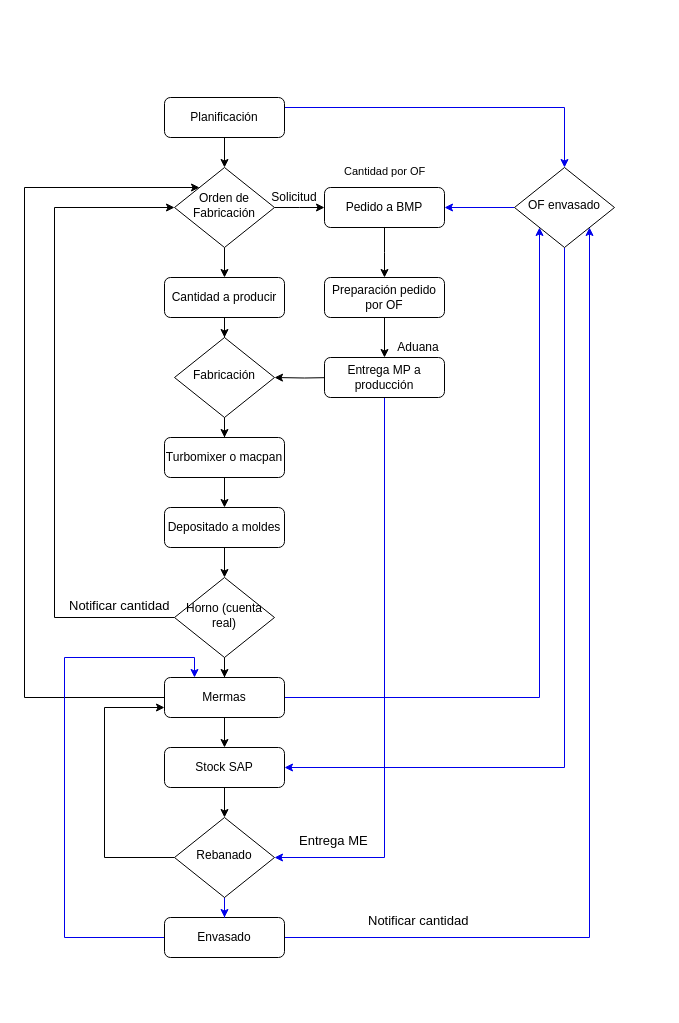
Above: Untitled Diagram.drawio in diegosaldiasq/Quinta (draw.io), before the change. Source tidied: cells renumbered, new cells numbered last; positions are measured from the earlier drawing's top-left corner, leaving out a move shared by most shapes. Both pictures are drawn from the tidied source at 100%, with x=0, y=0 at pixel (24, 97).
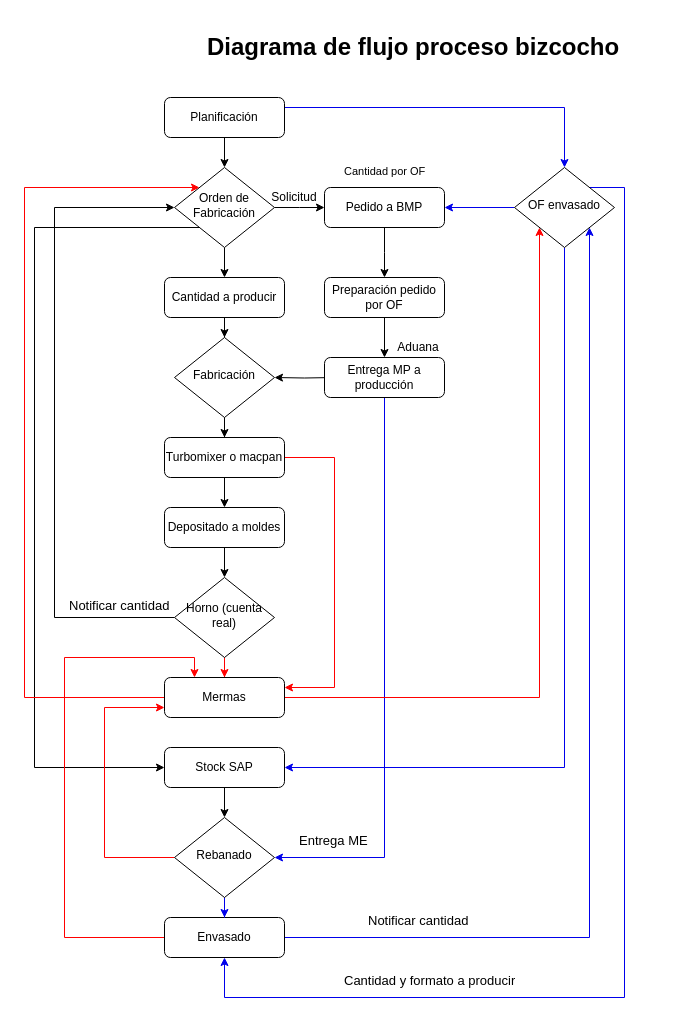
The same diagram, later.

Commit message:
Diagrama final bizcocho

Unchanged cells that the change refers to:
```xml
<mxCell id="7" value="Orden de Fabricación" style="rhombus;whiteSpace=wrap;html=1;shadow=0;fontFamily=Helvetica;fontSize=12;align=center;strokeWidth=1;spacing=6;spacingTop=-4;" parent="1" vertex="1">
  <mxGeometry x="150" y="70" width="100" height="80" as="geometry" />
</mxCell>
<mxCell id="15" value="Turbomixer o macpan" style="rounded=1;whiteSpace=wrap;html=1;fontSize=12;glass=0;strokeWidth=1;shadow=0;" parent="1" vertex="1">
  <mxGeometry x="140" y="340" width="120" height="40" as="geometry" />
</mxCell>
<mxCell id="28" value="Horno (cuenta real)" style="rhombus;whiteSpace=wrap;html=1;shadow=0;fontFamily=Helvetica;fontSize=12;align=center;strokeWidth=1;spacing=6;spacingTop=-4;" parent="1" vertex="1">
  <mxGeometry x="150" y="480" width="100" height="80" as="geometry" />
</mxCell>
<mxCell id="31" value="OF envasado" style="rhombus;whiteSpace=wrap;html=1;shadow=0;fontFamily=Helvetica;fontSize=12;align=center;strokeWidth=1;spacing=6;spacingTop=-4;" parent="1" vertex="1">
  <mxGeometry x="490" y="70" width="100" height="80" as="geometry" />
</mxCell>
<mxCell id="35" value="Mermas" style="rounded=1;whiteSpace=wrap;html=1;fontSize=12;glass=0;strokeWidth=1;shadow=0;" parent="1" vertex="1">
  <mxGeometry x="140" y="580" width="120" height="40" as="geometry" />
</mxCell>
<mxCell id="39" value="Stock SAP" style="rounded=1;whiteSpace=wrap;html=1;fontSize=12;glass=0;strokeWidth=1;shadow=0;" parent="1" vertex="1">
  <mxGeometry x="140" y="650" width="120" height="40" as="geometry" />
</mxCell>
<mxCell id="42" value="Envasado" style="rounded=1;whiteSpace=wrap;html=1;fontSize=12;glass=0;strokeWidth=1;shadow=0;" parent="1" vertex="1">
  <mxGeometry x="140" y="820" width="120" height="40" as="geometry" />
</mxCell>
<mxCell id="45" value="Rebanado" style="rhombus;whiteSpace=wrap;html=1;shadow=0;fontFamily=Helvetica;fontSize=12;align=center;strokeWidth=1;spacing=6;spacingTop=-4;" parent="1" vertex="1">
  <mxGeometry x="150" y="720" width="100" height="80" as="geometry" />
</mxCell>
```

Diff of the diagram source:
```diff
@@
+    <mxCell id="48" style="edgeStyle=orthogonalEdgeStyle;rounded=0;jettySize=auto;html=1;exitX=0;exitY=1;exitDx=0;exitDy=0;entryX=0;entryY=0.5;entryDx=0;entryDy=0;" parent="1" edge="1" source="7" target="39">
+      <mxGeometry relative="1" as="geometry">
+        <Array as="points">
+          <mxPoint x="10" y="130" />
+          <mxPoint x="10" y="670" />
+        </Array>
+      </mxGeometry>
+    </mxCell>
@@
+    <mxCell id="49" style="edgeStyle=orthogonalEdgeStyle;rounded=0;jettySize=auto;html=1;exitX=1;exitY=0.5;exitDx=0;exitDy=0;entryX=1;entryY=0.25;entryDx=0;entryDy=0;strokeColor=#FF0000;" parent="1" edge="1" source="15" target="35">
+      <mxGeometry relative="1" as="geometry">
+        <Array as="points">
+          <mxPoint x="310" y="360" />
+          <mxPoint x="310" y="590" />
+        </Array>
+      </mxGeometry>
+    </mxCell>
@@
-    <mxCell id="27" style="edgeStyle=orthogonalEdgeStyle;rounded=0;jettySize=auto;html=1;" parent="1" edge="1" source="28" target="35">
+    <mxCell id="27" style="edgeStyle=orthogonalEdgeStyle;rounded=0;jettySize=auto;html=1;strokeColor=#FF0000;" parent="1" edge="1" source="28" target="35">
       <mxGeometry relative="1" as="geometry" />
     </mxCell>
@@
+    <mxCell id="50" style="edgeStyle=orthogonalEdgeStyle;rounded=0;jettySize=auto;html=1;exitX=1;exitY=0;exitDx=0;exitDy=0;entryX=0.5;entryY=1;entryDx=0;entryDy=0;strokeColor=#0000EB;" parent="1" edge="1" source="31" target="42">
+      <mxGeometry relative="1" as="geometry">
+        <Array as="points">
+          <mxPoint x="600" y="90" />
+          <mxPoint x="600" y="900" />
+          <mxPoint x="200" y="900" />
+        </Array>
+      </mxGeometry>
+    </mxCell>
@@
-    <mxCell id="32" style="edgeStyle=orthogonalEdgeStyle;rounded=0;jettySize=auto;html=1;entryX=0;entryY=0;entryDx=0;entryDy=0;" parent="1" edge="1" source="35" target="7">
+    <mxCell id="32" style="edgeStyle=orthogonalEdgeStyle;rounded=0;jettySize=auto;html=1;entryX=0;entryY=0;entryDx=0;entryDy=0;strokeColor=#FF0000;" parent="1" edge="1" source="35" target="7">
       <mxGeometry relative="1" as="geometry">
         <Array as="points">
           <mxPoint y="600" />
           <mxPoint y="90" />
         </Array>
       </mxGeometry>
     </mxCell>
-    <mxCell id="33" style="edgeStyle=orthogonalEdgeStyle;rounded=0;jettySize=auto;html=1;" parent="1" edge="1" source="35" target="39">
-      <mxGeometry relative="1" as="geometry" />
-    </mxCell>
-    <mxCell id="34" style="edgeStyle=orthogonalEdgeStyle;rounded=0;jettySize=auto;html=1;entryX=0;entryY=1;entryDx=0;entryDy=0;strokeColor=#0000eb;" parent="1" edge="1" source="35" target="31">
+    <mxCell id="34" style="edgeStyle=orthogonalEdgeStyle;rounded=0;jettySize=auto;html=1;entryX=0;entryY=1;entryDx=0;entryDy=0;strokeColor=#FF0000;" parent="1" edge="1" source="35" target="31">
       <mxGeometry relative="1" as="geometry" />
     </mxCell>
@@
-    <mxCell id="41" style="edgeStyle=orthogonalEdgeStyle;rounded=0;jettySize=auto;html=1;entryX=0.25;entryY=0;entryDx=0;entryDy=0;strokeColor=#0000eb;" parent="1" edge="1" source="42" target="35">
+    <mxCell id="41" style="edgeStyle=orthogonalEdgeStyle;rounded=0;jettySize=auto;html=1;entryX=0.25;entryY=0;entryDx=0;entryDy=0;strokeColor=#FF0000;" parent="1" edge="1" source="42" target="35">
       <mxGeometry relative="1" as="geometry">
         <Array as="points">
           <mxPoint x="40" y="840" />
           <mxPoint x="40" y="560" />
           <mxPoint x="170" y="560" />
         </Array>
       </mxGeometry>
     </mxCell>
@@
-    <mxCell id="43" style="edgeStyle=orthogonalEdgeStyle;rounded=0;jettySize=auto;html=1;exitX=0;exitY=0.5;exitDx=0;exitDy=0;entryX=0;entryY=0.75;entryDx=0;entryDy=0;" parent="1" edge="1" source="45" target="35">
+    <mxCell id="43" style="edgeStyle=orthogonalEdgeStyle;rounded=0;jettySize=auto;html=1;exitX=0;exitY=0.5;exitDx=0;exitDy=0;entryX=0;entryY=0.75;entryDx=0;entryDy=0;strokeColor=#FF0000;" parent="1" edge="1" source="45" target="35">
       <mxGeometry relative="1" as="geometry">
         <Array as="points">
           <mxPoint x="80" y="760" />
           <mxPoint x="80" y="610" />
         </Array>
       </mxGeometry>
     </mxCell>
@@
+    <mxCell id="51" value="&lt;h1&gt;&lt;span style=&quot;font-weight: normal&quot;&gt;&lt;font style=&quot;font-size: 13px&quot;&gt;Cantidad y formato a producir&lt;/font&gt;&lt;/span&gt;&lt;/h1&gt;" style="text;html=1;strokeColor=none;fillColor=none;spacing=5;spacingTop=-20;whiteSpace=wrap;overflow=hidden;rounded=0;" parent="1" vertex="1">
+      <mxGeometry x="315" y="860" width="185" height="40" as="geometry" />
+    </mxCell>
+    <mxCell id="52" value="&lt;h1&gt;Diagrama de flujo proceso bizcocho&lt;/h1&gt;" style="text;html=1;strokeColor=none;fillColor=none;spacing=5;spacingTop=-20;whiteSpace=wrap;overflow=hidden;rounded=0;" parent="1" vertex="1">
+      <mxGeometry x="177.5" y="-70" width="460" height="50" as="geometry" />
+    </mxCell>
```
